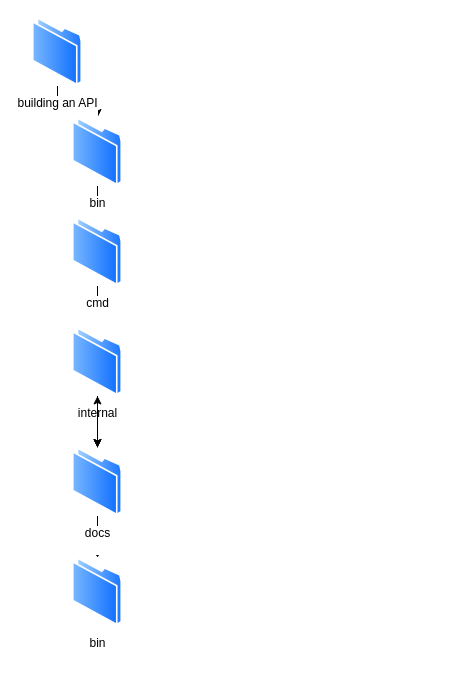
The draw.io diagram backendengineering_go.drawio in charlestakang/algorithms, before the edit. Source tidied: cells renumbered, new cells numbered last; positions are measured from the earlier drawing's top-left corner, leaving out a move shared by most shapes. Both pictures are drawn from the tidied source at 100%, with x=0, y=0 at pixel (32, 17).
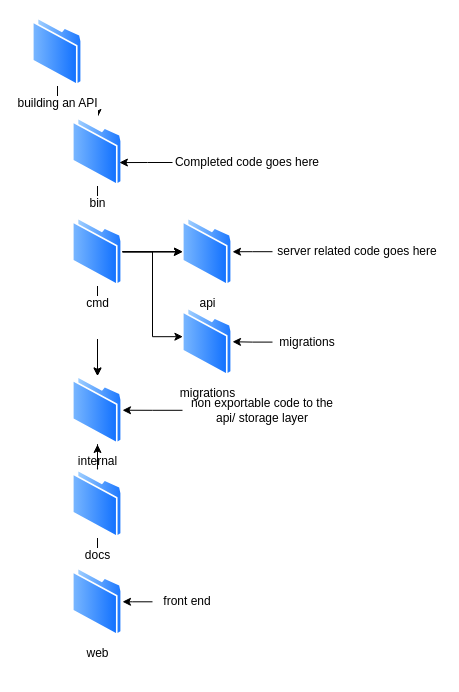
The same diagram, later.

The change refers to these unchanged cells:
```xml
<mxCell id="5" value="&lt;div&gt;bin&lt;/div&gt;&lt;div&gt;&lt;br&gt;&lt;/div&gt;" style="image;perimeter=ellipsePerimeter;html=1;align=center;shadow=0;dashed=0;spacingTop=3;image=img/lib/active_directory/folder.svg;" parent="1" vertex="1">
  <mxGeometry x="40" y="100" width="50" height="68.5" as="geometry" />
</mxCell>
<mxCell id="8" value="&lt;div&gt;cmd&lt;/div&gt;&lt;div&gt;&lt;br&gt;&lt;/div&gt;&lt;div&gt;&lt;br&gt;&lt;/div&gt;" style="image;perimeter=ellipsePerimeter;html=1;align=center;shadow=0;dashed=0;spacingTop=3;image=img/lib/active_directory/folder.svg;" parent="1" vertex="1">
  <mxGeometry x="40" y="200" width="50" height="68.5" as="geometry" />
</mxCell>
```

The edit, as a diff of the source:
```diff
@@
+    <mxCell id="18" style="edgeStyle=orthogonalEdgeStyle;rounded=0;jettySize=auto;html=1;" parent="1" edge="1" source="8" target="22">
+      <mxGeometry relative="1" as="geometry" />
+    </mxCell>
+    <mxCell id="19" style="edgeStyle=orthogonalEdgeStyle;rounded=0;jettySize=auto;html=1;" parent="1" edge="1" source="8" target="22">
+      <mxGeometry relative="1" as="geometry" />
+    </mxCell>
+    <mxCell id="20" style="edgeStyle=orthogonalEdgeStyle;rounded=0;jettySize=auto;html=1;" parent="1" edge="1" source="8" target="22">
+      <mxGeometry relative="1" as="geometry" />
+    </mxCell>
@@
     <mxCell id="12" value="&lt;div&gt;internal&lt;/div&gt;" style="image;perimeter=ellipsePerimeter;html=1;align=center;shadow=0;dashed=0;spacingTop=3;image=img/lib/active_directory/folder.svg;" parent="1" vertex="1">
-      <mxGeometry x="40" y="310" width="50" height="68.5" as="geometry" />
+      <mxGeometry x="40" y="358.5" width="50" height="68.5" as="geometry" />
     </mxCell>
@@
     <mxCell id="16" value="&lt;div&gt;docs&lt;/div&gt;&lt;div&gt;&lt;br&gt;&lt;/div&gt;" style="image;perimeter=ellipsePerimeter;html=1;align=center;shadow=0;dashed=0;spacingTop=3;image=img/lib/active_directory/folder.svg;" parent="1" vertex="1">
-      <mxGeometry x="40" y="430" width="50" height="68.5" as="geometry" />
+      <mxGeometry x="40" y="452" width="50" height="68.5" as="geometry" />
     </mxCell>
-    <mxCell id="17" value="&lt;div&gt;bin&lt;/div&gt;&lt;div&gt;&lt;br&gt;&lt;/div&gt;" style="image;perimeter=ellipsePerimeter;html=1;align=center;shadow=0;dashed=0;spacingTop=3;image=img/lib/active_directory/folder.svg;" parent="1" vertex="1">
-      <mxGeometry x="40" y="540" width="50" height="68.5" as="geometry" />
+    <mxCell id="17" value="&lt;div&gt;web&lt;/div&gt;&lt;div&gt;&lt;br&gt;&lt;/div&gt;" style="image;perimeter=ellipsePerimeter;html=1;align=center;shadow=0;dashed=0;spacingTop=3;image=img/lib/active_directory/folder.svg;" parent="1" vertex="1">
+      <mxGeometry x="40" y="550" width="50" height="68.5" as="geometry" />
     </mxCell>
+    <mxCell id="21" value="Completed code goes here" style="text;html=1;align=center;verticalAlign=middle;whiteSpace=wrap;rounded=0;" parent="1" vertex="1">
+      <mxGeometry x="140" y="130" width="150" height="30" as="geometry" />
+    </mxCell>
+    <mxCell id="22" value="api" style="image;perimeter=ellipsePerimeter;html=1;align=center;shadow=0;dashed=0;spacingTop=3;image=img/lib/active_directory/folder.svg;" parent="1" vertex="1">
+      <mxGeometry x="150" y="200" width="50" height="68.5" as="geometry" />
+    </mxCell>
+    <mxCell id="23" value="migrations" style="image;perimeter=ellipsePerimeter;html=1;align=center;shadow=0;dashed=0;spacingTop=3;image=img/lib/active_directory/folder.svg;" parent="1" vertex="1">
+      <mxGeometry x="150" y="290" width="50" height="68.5" as="geometry" />
+    </mxCell>
+    <mxCell id="24" style="edgeStyle=orthogonalEdgeStyle;rounded=0;jettySize=auto;html=1;entryX=0.008;entryY=0.426;entryDx=0;entryDy=0;entryPerimeter=0;" parent="1" edge="1" source="8" target="23">
+      <mxGeometry relative="1" as="geometry" />
+    </mxCell>
+    <mxCell id="25" style="edgeStyle=orthogonalEdgeStyle;rounded=0;jettySize=auto;html=1;entryX=1;entryY=0.5;entryDx=0;entryDy=0;" parent="1" edge="1" source="26" target="22">
+      <mxGeometry relative="1" as="geometry" />
+    </mxCell>
+    <mxCell id="26" value="server related code goes here" style="text;html=1;align=center;verticalAlign=middle;whiteSpace=wrap;rounded=0;" parent="1" vertex="1">
+      <mxGeometry x="240" y="219.2" width="170" height="30" as="geometry" />
+    </mxCell>
+    <mxCell id="27" style="edgeStyle=orthogonalEdgeStyle;rounded=0;jettySize=auto;html=1;entryX=1;entryY=0.5;entryDx=0;entryDy=0;" parent="1" edge="1" source="28" target="23">
+      <mxGeometry relative="1" as="geometry" />
+    </mxCell>
+    <mxCell id="28" value="migrations" style="text;html=1;align=center;verticalAlign=middle;whiteSpace=wrap;rounded=0;" parent="1" vertex="1">
+      <mxGeometry x="240" y="310" width="70" height="29.2" as="geometry" />
+    </mxCell>
+    <mxCell id="29" style="edgeStyle=orthogonalEdgeStyle;rounded=0;jettySize=auto;html=1;entryX=1;entryY=0.5;entryDx=0;entryDy=0;" parent="1" edge="1" source="30" target="12">
+      <mxGeometry relative="1" as="geometry" />
+    </mxCell>
+    <mxCell id="30" value="non exportable code to the api/ storage layer" style="text;html=1;align=center;verticalAlign=middle;whiteSpace=wrap;rounded=0;" parent="1" vertex="1">
+      <mxGeometry x="150" y="378.9" width="160" height="27.7" as="geometry" />
+    </mxCell>
+    <mxCell id="31" style="edgeStyle=orthogonalEdgeStyle;rounded=0;jettySize=auto;html=1;entryX=0.938;entryY=0.658;entryDx=0;entryDy=0;entryPerimeter=0;" parent="1" edge="1" source="21" target="5">
+      <mxGeometry relative="1" as="geometry" />
+    </mxCell>
+    <mxCell id="32" style="edgeStyle=orthogonalEdgeStyle;rounded=0;jettySize=auto;html=1;entryX=1;entryY=0.5;entryDx=0;entryDy=0;" parent="1" edge="1" source="33" target="17">
+      <mxGeometry relative="1" as="geometry" />
+    </mxCell>
+    <mxCell id="33" value="front end" style="text;html=1;align=center;verticalAlign=middle;whiteSpace=wrap;rounded=0;" parent="1" vertex="1">
+      <mxGeometry x="120" y="570.4" width="70" height="27.7" as="geometry" />
+    </mxCell>
```
